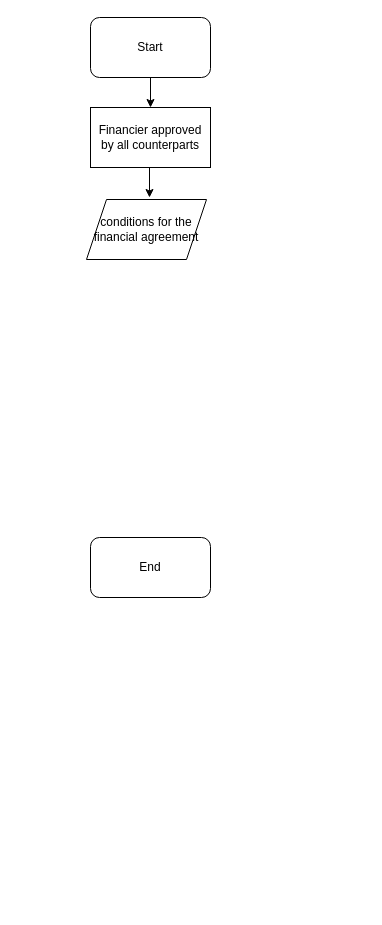
Above: Lab_3/Untitled Diagram.drawio in Kaci213/Bootcamp (draw.io), before the change. Source tidied: cells renumbered, new cells numbered last; positions are measured from the earlier drawing's top-left corner, leaving out a move shared by most shapes. Both pictures are drawn from the tidied source at 100%, with x=0, y=0 at pixel (86, 17).
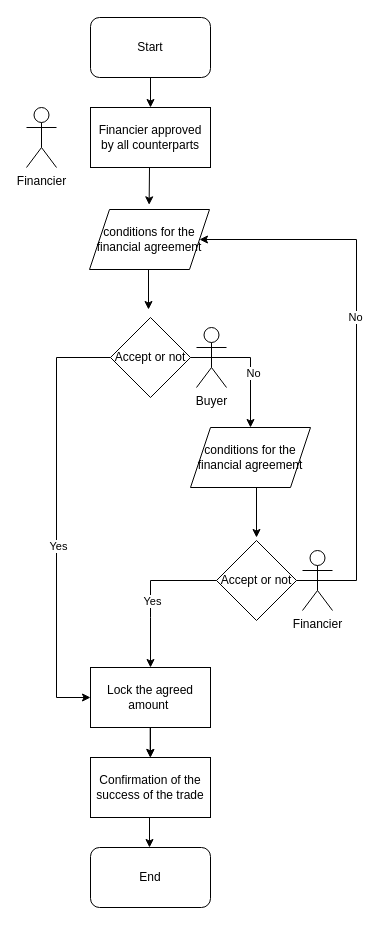
The same diagram, later.

Diff of the diagram source:
```diff
@@
     <mxCell id="3" value="End" style="rounded=1;whiteSpace=wrap;html=1;" parent="1" vertex="1">
-      <mxGeometry x="4" y="520" width="120" height="60" as="geometry" />
+      <mxGeometry x="4" y="830" width="120" height="60" as="geometry" />
     </mxCell>
@@
     <mxCell id="6" value="conditions for the financial agreement" style="shape=parallelogram;perimeter=parallelogramPerimeter;whiteSpace=wrap;html=1;fixedSize=1;" parent="1" vertex="1">
-      <mxGeometry y="182" width="120" height="60" as="geometry" />
+      <mxGeometry x="104" y="410" width="120" height="60" as="geometry" />
     </mxCell>
-    <mxCell id="7" style="endArrow=classic;html=1;rounded=0;entryX=0.5;entryY=0;entryDx=0;entryDy=0;" parent="1" edge="1">
+    <mxCell id="7" style="endArrow=classic;html=1;rounded=0;entryX=0.497;entryY=-0.078;entryDx=0;entryDy=0;entryPerimeter=0;" parent="1" edge="1" target="16">
       <mxGeometry relative="1" as="geometry">
         <mxPoint x="63" y="150" as="sourcePoint" />
-        <mxPoint x="63" y="180" as="targetPoint" />
       </mxGeometry>
     </mxCell>
+    <mxCell id="8" value="Accept or not" style="rhombus;whiteSpace=wrap;html=1;" parent="1" vertex="1">
+      <mxGeometry x="24" y="300" width="80" height="80" as="geometry" />
+    </mxCell>
+    <mxCell id="9" value="Financier" style="shape=umlActor;verticalLabelPosition=bottom;verticalAlign=top;html=1;" parent="1" vertex="1">
+      <mxGeometry x="-60" y="90" width="30" height="60" as="geometry" />
+    </mxCell>
+    <mxCell id="10" value="Buyer" style="shape=umlActor;verticalLabelPosition=bottom;verticalAlign=top;html=1;" parent="1" vertex="1">
+      <mxGeometry x="110" y="310" width="30" height="60" as="geometry" />
+    </mxCell>
+    <mxCell id="11" style="endArrow=classic;html=1;rounded=0;" parent="1" edge="1">
+      <mxGeometry relative="1" as="geometry">
+        <mxPoint x="62" y="242" as="sourcePoint" />
+        <mxPoint x="62" y="292" as="targetPoint" />
+      </mxGeometry>
+    </mxCell>
+    <mxCell id="12" style="endArrow=classic;html=1;rounded=0;" parent="1" edge="1">
+      <mxGeometry relative="1" as="geometry">
+        <mxPoint x="104" y="340" as="sourcePoint" />
+        <mxPoint x="164" y="410" as="targetPoint" />
+        <Array as="points">
+          <mxPoint x="164" y="340" />
+        </Array>
+      </mxGeometry>
+    </mxCell>
+    <mxCell id="13" value="No" style="edgeLabel;html=1;align=center;verticalAlign=middle;" parent="12" vertex="1">
+      <mxGeometry x="0.16" y="2" relative="1" as="geometry" />
+    </mxCell>
+    <mxCell id="14" style="endArrow=classic;html=1;rounded=0;entryX=0;entryY=0.5;entryDx=0;entryDy=0;" parent="1" edge="1" target="25">
+      <mxGeometry relative="1" as="geometry">
+        <mxPoint x="24" y="340" as="sourcePoint" />
+        <Array as="points">
+          <mxPoint x="-30" y="340" />
+          <mxPoint x="-30" y="680" />
+        </Array>
+      </mxGeometry>
+    </mxCell>
+    <mxCell id="15" value="Yes" style="edgeLabel;html=1;align=center;verticalAlign=middle;" parent="14" vertex="1">
+      <mxGeometry x="0.13" y="1" relative="1" as="geometry" />
+    </mxCell>
+    <mxCell id="16" value="conditions for the financial agreement" style="shape=parallelogram;perimeter=parallelogramPerimeter;whiteSpace=wrap;html=1;fixedSize=1;" parent="1" vertex="1">
+      <mxGeometry x="3" y="192" width="120" height="60" as="geometry" />
+    </mxCell>
+    <mxCell id="17" value="Accept or not" style="rhombus;whiteSpace=wrap;html=1;" parent="1" vertex="1">
+      <mxGeometry x="130" y="523" width="80" height="80" as="geometry" />
+    </mxCell>
+    <mxCell id="18" value="Financier" style="shape=umlActor;verticalLabelPosition=bottom;verticalAlign=top;html=1;" parent="1" vertex="1">
+      <mxGeometry x="216" y="533" width="30" height="60" as="geometry" />
+    </mxCell>
+    <mxCell id="19" style="endArrow=classic;html=1;rounded=0;entryX=1;entryY=0.5;entryDx=0;entryDy=0;" parent="1" edge="1" target="16">
+      <mxGeometry relative="1" as="geometry">
+        <mxPoint x="210" y="563" as="sourcePoint" />
+        <Array as="points">
+          <mxPoint x="270" y="563" />
+          <mxPoint x="270" y="222" />
+        </Array>
+      </mxGeometry>
+    </mxCell>
+    <mxCell id="20" value="No" style="edgeLabel;html=1;align=center;verticalAlign=middle;" parent="19" vertex="1">
+      <mxGeometry x="0.16" y="2" relative="1" as="geometry" />
+    </mxCell>
+    <mxCell id="21" style="endArrow=classic;html=1;rounded=0;exitX=0;exitY=0.5;exitDx=0;exitDy=0;entryX=0.5;entryY=0;entryDx=0;entryDy=0;" parent="1" edge="1" source="17" target="25">
+      <mxGeometry relative="1" as="geometry">
+        <Array as="points">
+          <mxPoint x="64" y="563" />
+          <mxPoint x="64" y="600" />
+        </Array>
+      </mxGeometry>
+    </mxCell>
+    <mxCell id="22" value="Yes" style="edgeLabel;html=1;align=center;verticalAlign=middle;" parent="21" vertex="1">
+      <mxGeometry x="0.13" y="1" relative="1" as="geometry" />
+    </mxCell>
+    <mxCell id="23" style="endArrow=classic;html=1;rounded=0;" parent="1" edge="1">
+      <mxGeometry relative="1" as="geometry">
+        <mxPoint x="170" y="470" as="sourcePoint" />
+        <mxPoint x="170" y="520" as="targetPoint" />
+      </mxGeometry>
+    </mxCell>
+    <mxCell id="24" style="edgeStyle=orthogonalEdgeStyle;rounded=0;jettySize=auto;html=1;" parent="1" edge="1" source="25" target="26">
+      <mxGeometry relative="1" as="geometry" />
+    </mxCell>
+    <mxCell id="25" value="Lock the agreed amount&amp;nbsp;" style="rounded=0;whiteSpace=wrap;html=1;" parent="1" vertex="1">
+      <mxGeometry x="4" y="650" width="120" height="60" as="geometry" />
+    </mxCell>
+    <mxCell id="26" value="Confirmation of the success of the trade" style="rounded=0;whiteSpace=wrap;html=1;" parent="1" vertex="1">
+      <mxGeometry x="4" y="740" width="120" height="60" as="geometry" />
+    </mxCell>
+    <mxCell id="27" style="endArrow=classic;html=1;rounded=0;entryX=0.5;entryY=0;entryDx=0;entryDy=0;" parent="1" edge="1">
+      <mxGeometry relative="1" as="geometry">
+        <mxPoint x="63.7" y="710" as="sourcePoint" />
+        <mxPoint x="63.7" y="740" as="targetPoint" />
+      </mxGeometry>
+    </mxCell>
+    <mxCell id="28" style="endArrow=classic;html=1;rounded=0;entryX=0.5;entryY=0;entryDx=0;entryDy=0;" parent="1" edge="1">
+      <mxGeometry relative="1" as="geometry">
+        <mxPoint x="63" y="800" as="sourcePoint" />
+        <mxPoint x="63" y="830" as="targetPoint" />
+      </mxGeometry>
+    </mxCell>
```
